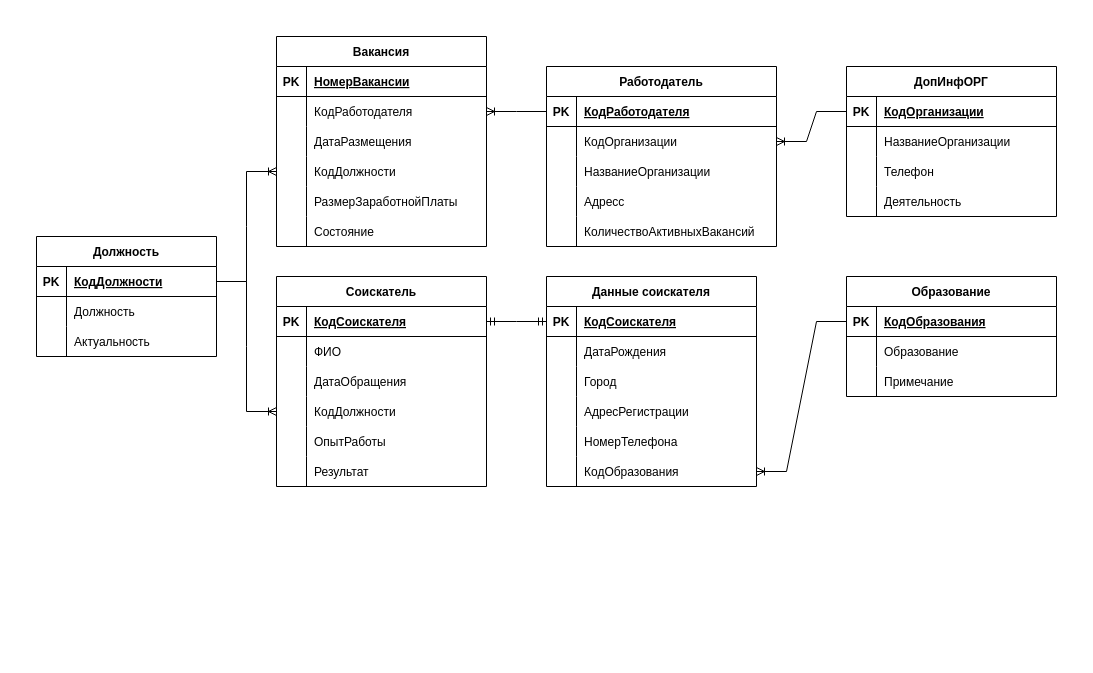
Before: Диаграмма без названия.drawio in zvivaa/drawio, a draw.io diagram. Source tidied: cells renumbered, new cells numbered last; positions are measured from the earlier drawing's top-left corner, leaving out a move shared by most shapes. Both pictures are drawn from the tidied source at 100%, with x=0, y=0 at pixel (36, 36).
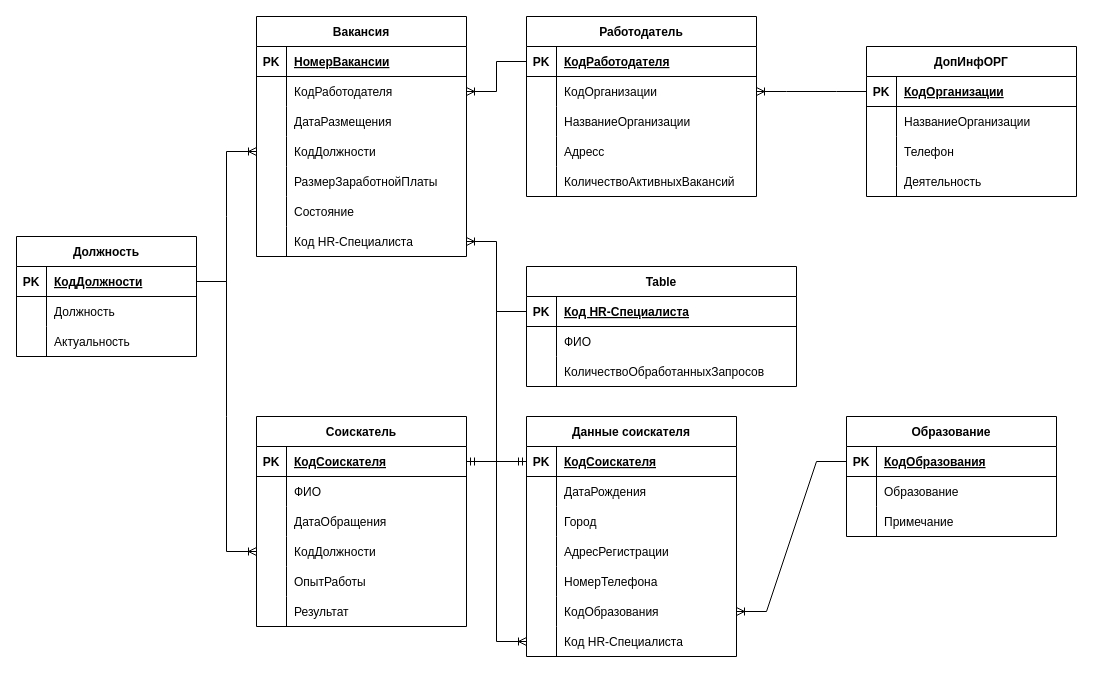
Above is the later version.

What changed in the source:
```diff
@@
     <mxCell id="2" value="Должность" style="shape=table;startSize=30;childLayout=tableLayout;rowLines=0;fontStyle=1;align=center;" parent="1" vertex="1">
-      <mxGeometry y="200" width="180" height="120" as="geometry" />
+      <mxGeometry x="-20" y="200" width="180" height="120" as="geometry" />
     </mxCell>
@@
     <mxCell id="12" value="Вакансия" style="shape=table;startSize=30;childLayout=tableLayout;rowLines=0;fontStyle=1;align=center;" parent="1" vertex="1">
-      <mxGeometry x="240" width="210" height="210" as="geometry" />
+      <mxGeometry x="220" y="-20" width="210" height="240" as="geometry" />
     </mxCell>
@@
+    <mxCell id="114" style="shape=tableRow;horizontal=0;startSize=0;swimlaneHead=0;swimlaneBody=0;fillColor=none;points=[[0,0.5],[1,0.5]];portConstraint=eastwest;top=0;left=0;right=0;bottom=0;" parent="12" vertex="1">
+      <mxGeometry y="210" width="210" height="30" as="geometry" />
+    </mxCell>
+    <mxCell id="115" style="shape=partialRectangle;fillColor=none;top=0;left=0;bottom=0;right=0;overflow=hidden;" parent="114" vertex="1">
+      <mxGeometry width="30" height="30" as="geometry" />
+    </mxCell>
+    <mxCell id="116" value="Код HR-Специалиста" style="shape=partialRectangle;fillColor=none;top=0;left=0;bottom=0;right=0;align=left;spacingLeft=6;overflow=hidden;" parent="114" vertex="1">
+      <mxGeometry x="30" width="180" height="30" as="geometry" />
+    </mxCell>
@@
     <mxCell id="32" value="Соискатель" style="shape=table;startSize=30;childLayout=tableLayout;rowLines=0;fontStyle=1;align=center;" parent="1" vertex="1">
-      <mxGeometry x="240" y="240" width="210" height="210" as="geometry" />
+      <mxGeometry x="220" y="380" width="210" height="210" as="geometry" />
     </mxCell>
@@
     <mxCell id="52" value="Работодатель" style="shape=table;startSize=30;childLayout=tableLayout;rowLines=0;fontStyle=1;align=center;" parent="1" vertex="1">
-      <mxGeometry x="510" y="30" width="230" height="180" as="geometry" />
+      <mxGeometry x="490" y="-20" width="230" height="180" as="geometry" />
     </mxCell>
@@
     <mxCell id="69" value="Данные соискателя" style="shape=table;startSize=30;childLayout=tableLayout;rowLines=0;fontStyle=1;align=center;" parent="1" vertex="1">
-      <mxGeometry x="510" y="240" width="210" height="210" as="geometry" />
+      <mxGeometry x="490" y="380" width="210" height="240" as="geometry" />
     </mxCell>
@@
+    <mxCell id="117" style="shape=tableRow;horizontal=0;startSize=0;swimlaneHead=0;swimlaneBody=0;fillColor=none;points=[[0,0.5],[1,0.5]];portConstraint=eastwest;top=0;left=0;right=0;bottom=0;" parent="69" vertex="1">
+      <mxGeometry y="210" width="210" height="30" as="geometry" />
+    </mxCell>
+    <mxCell id="118" style="shape=partialRectangle;fillColor=none;top=0;left=0;bottom=0;right=0;overflow=hidden;" parent="117" vertex="1">
+      <mxGeometry width="30" height="30" as="geometry" />
+    </mxCell>
+    <mxCell id="119" value="Код HR-Специалиста" style="shape=partialRectangle;fillColor=none;top=0;left=0;bottom=0;right=0;align=left;spacingLeft=6;overflow=hidden;" parent="117" vertex="1">
+      <mxGeometry x="30" width="180" height="30" as="geometry" />
+    </mxCell>
@@
     <mxCell id="89" value="Образование" style="shape=table;startSize=30;childLayout=tableLayout;rowLines=0;fontStyle=1;align=center;" parent="1" vertex="1">
-      <mxGeometry x="810" y="240" width="210" height="120" as="geometry" />
+      <mxGeometry x="810" y="380" width="210" height="120" as="geometry" />
     </mxCell>
@@
     <mxCell id="100" value="ДопИнфОРГ" style="shape=table;startSize=30;childLayout=tableLayout;rowLines=0;fontStyle=1;align=center;" parent="1" vertex="1">
-      <mxGeometry x="810" y="30" width="210" height="150" as="geometry" />
+      <mxGeometry x="830" y="10" width="210" height="150" as="geometry" />
     </mxCell>
@@
+    <mxCell id="120" value="Table" style="shape=table;startSize=30;childLayout=tableLayout;rowLines=0;fontStyle=1;align=center;" parent="1" vertex="1">
+      <mxGeometry x="490" y="230" width="270" height="120" as="geometry" />
+    </mxCell>
+    <mxCell id="121" style="shape=tableRow;horizontal=0;startSize=0;swimlaneHead=0;swimlaneBody=0;fillColor=none;points=[[0,0.5],[1,0.5]];portConstraint=eastwest;top=0;left=0;right=0;bottom=1;" parent="120" vertex="1">
+      <mxGeometry y="30" width="270" height="30" as="geometry" />
+    </mxCell>
+    <mxCell id="122" value="PK" style="shape=partialRectangle;fillColor=none;top=0;left=0;bottom=0;right=0;fontStyle=1;overflow=hidden;" parent="121" vertex="1">
+      <mxGeometry width="30" height="30" as="geometry" />
+    </mxCell>
+    <mxCell id="123" value="Код HR-Специалиста" style="shape=partialRectangle;fillColor=none;top=0;left=0;bottom=0;right=0;align=left;spacingLeft=6;fontStyle=5;overflow=hidden;" parent="121" vertex="1">
+      <mxGeometry x="30" width="240" height="30" as="geometry" />
+    </mxCell>
+    <mxCell id="124" style="shape=tableRow;horizontal=0;startSize=0;swimlaneHead=0;swimlaneBody=0;fillColor=none;top=0;left=0;right=0;bottom=0;" parent="120" vertex="1">
+      <mxGeometry y="60" width="270" height="30" as="geometry" />
+    </mxCell>
+    <mxCell id="125" style="shape=partialRectangle;fillColor=none;top=0;left=0;bottom=0;right=0;overflow=hidden;" parent="124" vertex="1">
+      <mxGeometry width="30" height="30" as="geometry" />
+    </mxCell>
+    <mxCell id="126" value="ФИО" style="shape=partialRectangle;fillColor=none;top=0;left=0;bottom=0;right=0;align=left;spacingLeft=6;overflow=hidden;" parent="124" vertex="1">
+      <mxGeometry x="30" width="240" height="30" as="geometry" />
+    </mxCell>
+    <mxCell id="127" style="shape=tableRow;horizontal=0;startSize=0;swimlaneHead=0;swimlaneBody=0;fillColor=none;top=0;left=0;right=0;bottom=0;" parent="120" vertex="1">
+      <mxGeometry y="90" width="270" height="30" as="geometry" />
+    </mxCell>
+    <mxCell id="128" style="shape=partialRectangle;fillColor=none;top=0;left=0;bottom=0;right=0;overflow=hidden;" parent="127" vertex="1">
+      <mxGeometry width="30" height="30" as="geometry" />
+    </mxCell>
+    <mxCell id="129" value="КоличествоОбработанныхЗапросов" style="shape=partialRectangle;fillColor=none;top=0;left=0;bottom=0;right=0;align=left;spacingLeft=6;overflow=hidden;" parent="127" vertex="1">
+      <mxGeometry x="30" width="240" height="30" as="geometry" />
+    </mxCell>
+    <mxCell id="130" style="edgeStyle=entityRelationEdgeStyle;fontSize=12;html=1;endArrow=ERoneToMany;rounded=0;exitX=0;exitY=0.5;exitDx=0;exitDy=0;entryX=1;entryY=0.5;entryDx=0;entryDy=0;" parent="1" edge="1" source="121" target="114">
+      <mxGeometry relative="1" as="geometry" />
+    </mxCell>
+    <mxCell id="131" style="edgeStyle=elbowEdgeStyle;fontSize=12;html=1;endArrow=ERoneToMany;rounded=0;entryX=0;entryY=0.5;entryDx=0;entryDy=0;exitX=0;exitY=0.5;exitDx=0;exitDy=0;" parent="1" edge="1" source="121" target="117">
+      <mxGeometry relative="1" as="geometry">
+        <Array as="points">
+          <mxPoint x="460" y="360" />
+        </Array>
+      </mxGeometry>
+    </mxCell>
```
